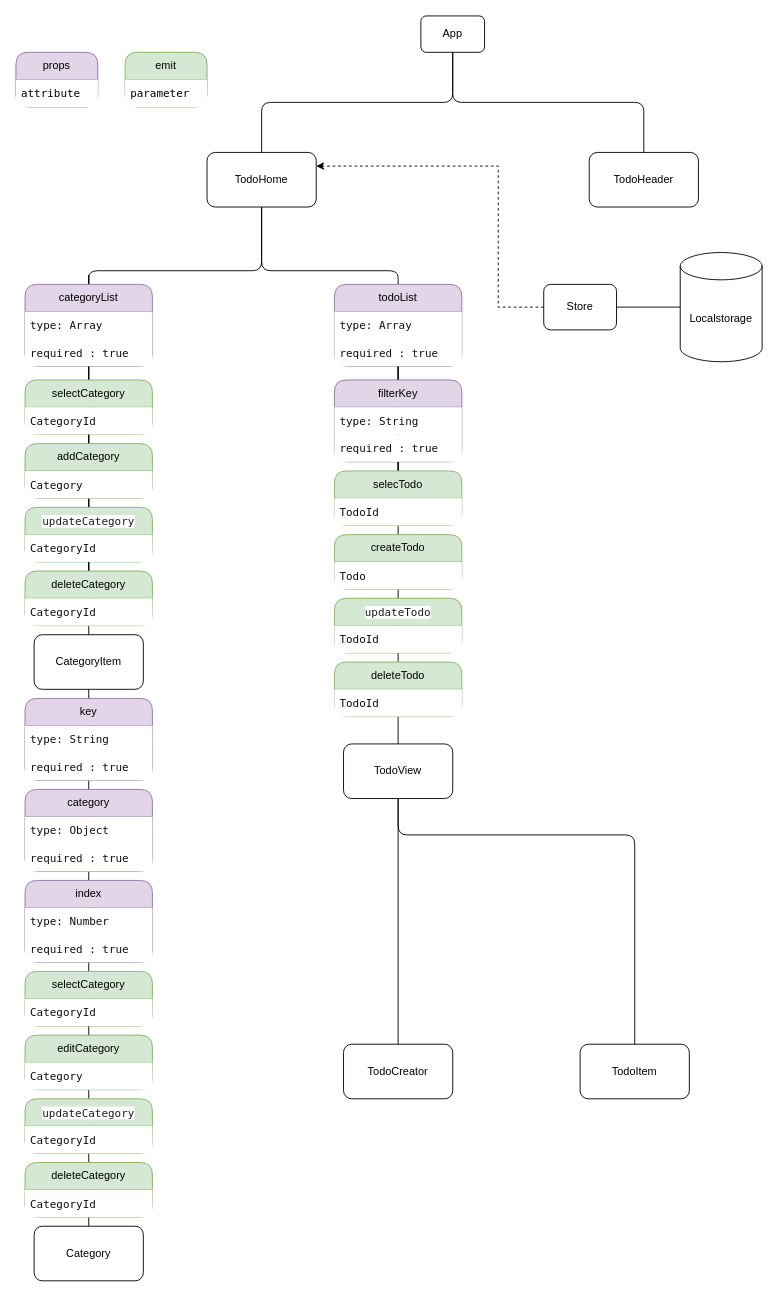
Earlier version of the draw.io diagram todoByJeongBin.drawio (jbkim4040/todoByVue). Source tidied: cells renumbered, new cells numbered last; positions are measured from the earlier drawing's top-left corner, leaving out a move shared by most shapes. Both pictures are drawn from the tidied source at 91%, with x=0, y=0 at pixel (15, 15).
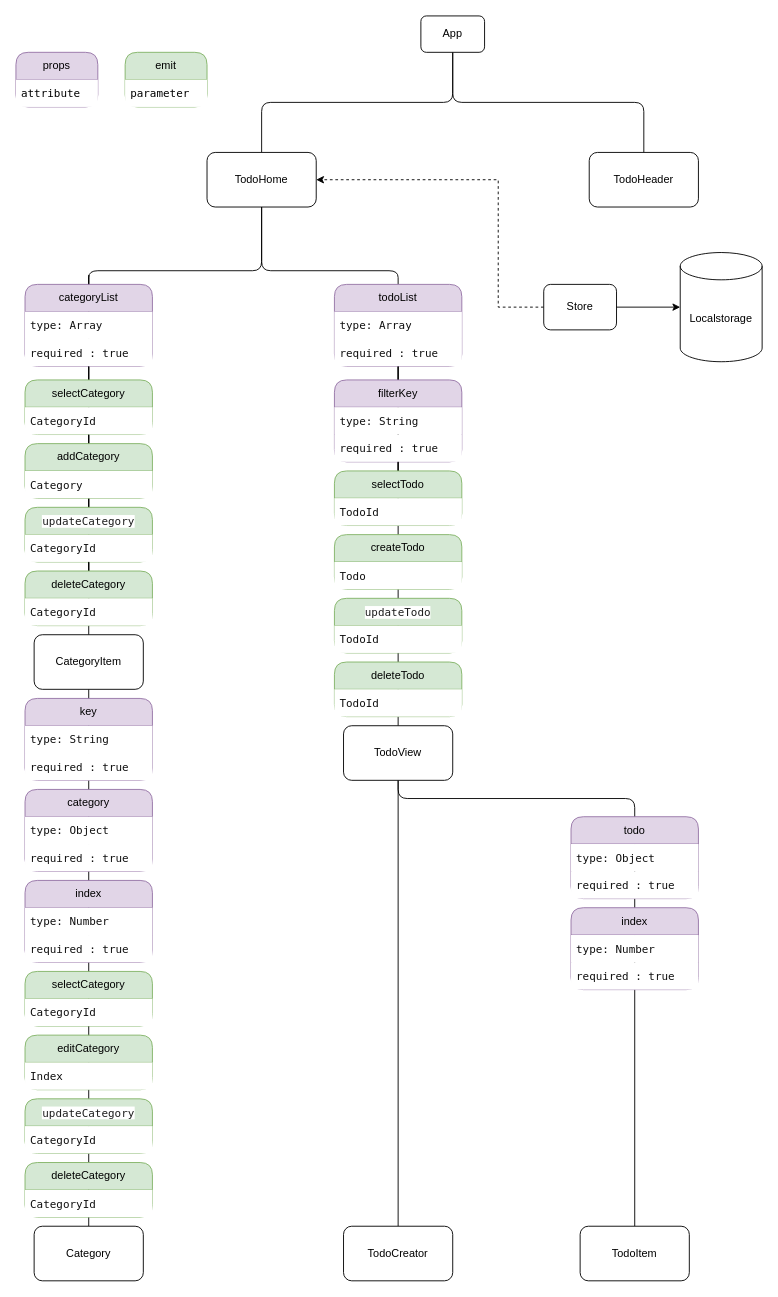
After the change.

The change refers to these unchanged cells:
```xml
<mxCell id="7" value="TodoHome" style="rounded=1;whiteSpace=wrap;html=1;" parent="1" vertex="1">
  <mxGeometry x="210" y="150" width="120" height="60" as="geometry" />
</mxCell>
<mxCell id="18" value="Store" style="rounded=1;whiteSpace=wrap;html=1;" parent="1" vertex="1">
  <mxGeometry x="580" y="295" width="80" height="50" as="geometry" />
</mxCell>
<mxCell id="19" value="Localstorage" style="shape=cylinder3;whiteSpace=wrap;html=1;boundedLbl=1;backgroundOutline=1;size=15;" parent="1" vertex="1">
  <mxGeometry x="730" y="260" width="90" height="120" as="geometry" />
</mxCell>
<mxCell id="63" value="editCategory" style="swimlane;fontStyle=0;horizontal=1;startSize=30;whiteSpace=wrap;html=1;rounded=1;fillColor=#d5e8d4;strokeColor=#82b366;" parent="1" vertex="1">
  <mxGeometry x="10" y="1120" width="140" height="60" as="geometry" />
</mxCell>
```

What changed in the source:
```diff
@@
     <mxCell id="12" style="edgeStyle=orthogonalEdgeStyle;rounded=1;jettySize=auto;html=1;exitX=0.5;exitY=1;exitDx=0;exitDy=0;entryX=0.5;entryY=0;entryDx=0;entryDy=0;curved=0;endArrow=none;endFill=0;" parent="1" edge="1" source="13" target="16">
       <mxGeometry relative="1" as="geometry">
         <Array as="points">
-          <mxPoint x="420" y="900" />
-          <mxPoint x="680" y="900" />
+          <mxPoint x="420" y="860" />
+          <mxPoint x="680" y="860" />
         </Array>
       </mxGeometry>
     </mxCell>
     <mxCell id="13" value="TodoView" style="rounded=1;whiteSpace=wrap;html=1;" parent="1" vertex="1">
-      <mxGeometry x="360" y="800" width="120" height="60" as="geometry" />
+      <mxGeometry x="360" y="780" width="120" height="60" as="geometry" />
     </mxCell>
@@
     <mxCell id="15" value="TodoCreator" style="rounded=1;whiteSpace=wrap;html=1;" parent="1" vertex="1">
-      <mxGeometry x="360" y="1130" width="120" height="60" as="geometry" />
+      <mxGeometry x="360" y="1330" width="120" height="60" as="geometry" />
     </mxCell>
     <mxCell id="16" value="TodoItem" style="rounded=1;whiteSpace=wrap;html=1;" parent="1" vertex="1">
-      <mxGeometry x="620" y="1130" width="120" height="60" as="geometry" />
+      <mxGeometry x="620" y="1330" width="120" height="60" as="geometry" />
     </mxCell>
-    <mxCell id="17" style="edgeStyle=orthogonalEdgeStyle;rounded=0;jettySize=auto;html=1;exitX=0;exitY=0.5;exitDx=0;exitDy=0;entryX=1;entryY=0.25;entryDx=0;entryDy=0;dashed=1;" parent="1" edge="1" source="18" target="7">
+    <mxCell id="17" style="edgeStyle=orthogonalEdgeStyle;rounded=0;jettySize=auto;html=1;exitX=0;exitY=0.5;exitDx=0;exitDy=0;entryX=1;entryY=0.5;entryDx=0;entryDy=0;dashed=1;" parent="1" edge="1" source="18" target="7">
       <mxGeometry relative="1" as="geometry">
         <Array as="points">
           <mxPoint x="530" y="320" />
-          <mxPoint x="530" y="165" />
+          <mxPoint x="530" y="180" />
         </Array>
       </mxGeometry>
     </mxCell>
@@
-    <mxCell id="20" style="edgeStyle=orthogonalEdgeStyle;rounded=0;jettySize=auto;html=1;entryX=0;entryY=0.5;entryDx=0;entryDy=0;entryPerimeter=0;endArrow=none;endFill=0;" parent="1" edge="1" source="18" target="19">
+    <mxCell id="20" style="edgeStyle=orthogonalEdgeStyle;rounded=0;jettySize=auto;html=1;entryX=0;entryY=0.5;entryDx=0;entryDy=0;entryPerimeter=0;endArrow=classic;endFill=1;" parent="1" edge="1" source="18" target="19">
       <mxGeometry relative="1" as="geometry" />
     </mxCell>
@@
-    <mxCell id="51" value="selecTodo" style="swimlane;fontStyle=0;horizontal=1;startSize=30;whiteSpace=wrap;html=1;rounded=1;fillColor=#d5e8d4;strokeColor=#82b366;" parent="1" vertex="1">
+    <mxCell id="51" value="selectTodo" style="swimlane;fontStyle=0;horizontal=1;startSize=30;whiteSpace=wrap;html=1;rounded=1;fillColor=#d5e8d4;strokeColor=#82b366;" parent="1" vertex="1">
       <mxGeometry x="350" y="500" width="140" height="60" as="geometry" />
     </mxCell>
@@
-    <mxCell id="64" value="&lt;div style=&quot;font-family: Menlo, Monaco, &amp;quot;Courier New&amp;quot;, monospace; line-height: 18px;&quot;&gt;&lt;font style=&quot;&quot; color=&quot;#0f0f0f&quot;&gt;Category&lt;/font&gt;&lt;/div&gt;" style="text;align=left;verticalAlign=middle;spacingLeft=4;spacingRight=4;overflow=hidden;whiteSpace=wrap;html=1;fillColor=default;" parent="63" vertex="1">
+    <mxCell id="64" value="&lt;div style=&quot;font-family: Menlo, Monaco, &amp;quot;Courier New&amp;quot;, monospace; line-height: 18px;&quot;&gt;&lt;font style=&quot;&quot; color=&quot;#0f0f0f&quot;&gt;Index&lt;/font&gt;&lt;/div&gt;" style="text;align=left;verticalAlign=middle;spacingLeft=4;spacingRight=4;overflow=hidden;whiteSpace=wrap;html=1;fillColor=default;" parent="63" vertex="1">
       <mxGeometry y="30" width="140" height="30" as="geometry" />
     </mxCell>
@@
+    <mxCell id="74" value="todo" style="swimlane;fontStyle=0;horizontal=1;startSize=30;whiteSpace=wrap;html=1;rounded=1;fillColor=#e1d5e7;strokeColor=#9673a6;" parent="1" vertex="1">
+      <mxGeometry x="610" y="880" width="140" height="90" as="geometry" />
+    </mxCell>
+    <mxCell id="75" value="&lt;div style=&quot;font-family: Menlo, Monaco, &amp;quot;Courier New&amp;quot;, monospace; line-height: 18px;&quot;&gt;&lt;font color=&quot;#0f0f0f&quot;&gt;type: Object&lt;/font&gt;&lt;/div&gt;" style="text;align=left;verticalAlign=middle;spacingLeft=4;spacingRight=4;overflow=hidden;whiteSpace=wrap;html=1;fillColor=default;" parent="74" vertex="1">
+      <mxGeometry y="30" width="140" height="30" as="geometry" />
+    </mxCell>
+    <mxCell id="76" value="&lt;div style=&quot;font-family: Menlo, Monaco, &amp;quot;Courier New&amp;quot;, monospace; line-height: 18px;&quot;&gt;&lt;font color=&quot;#0f0f0f&quot;&gt;required : true&lt;/font&gt;&lt;/div&gt;" style="text;align=left;verticalAlign=middle;spacingLeft=4;spacingRight=4;overflow=hidden;whiteSpace=wrap;html=1;fillColor=default;" parent="74" vertex="1">
+      <mxGeometry y="60" width="140" height="30" as="geometry" />
+    </mxCell>
+    <mxCell id="77" value="index" style="swimlane;fontStyle=0;horizontal=1;startSize=30;whiteSpace=wrap;html=1;rounded=1;fillColor=#e1d5e7;strokeColor=#9673a6;" parent="1" vertex="1">
+      <mxGeometry x="610" y="980" width="140" height="90" as="geometry" />
+    </mxCell>
+    <mxCell id="78" value="&lt;div style=&quot;font-family: Menlo, Monaco, &amp;quot;Courier New&amp;quot;, monospace; line-height: 18px;&quot;&gt;&lt;font color=&quot;#0f0f0f&quot;&gt;type: Number&lt;/font&gt;&lt;/div&gt;" style="text;align=left;verticalAlign=middle;spacingLeft=4;spacingRight=4;overflow=hidden;whiteSpace=wrap;html=1;fillColor=default;" parent="77" vertex="1">
+      <mxGeometry y="30" width="140" height="30" as="geometry" />
+    </mxCell>
+    <mxCell id="79" value="&lt;div style=&quot;font-family: Menlo, Monaco, &amp;quot;Courier New&amp;quot;, monospace; line-height: 18px;&quot;&gt;&lt;font color=&quot;#0f0f0f&quot;&gt;required : true&lt;/font&gt;&lt;/div&gt;" style="text;align=left;verticalAlign=middle;spacingLeft=4;spacingRight=4;overflow=hidden;whiteSpace=wrap;html=1;fillColor=default;" parent="77" vertex="1">
+      <mxGeometry y="60" width="140" height="30" as="geometry" />
+    </mxCell>
```
